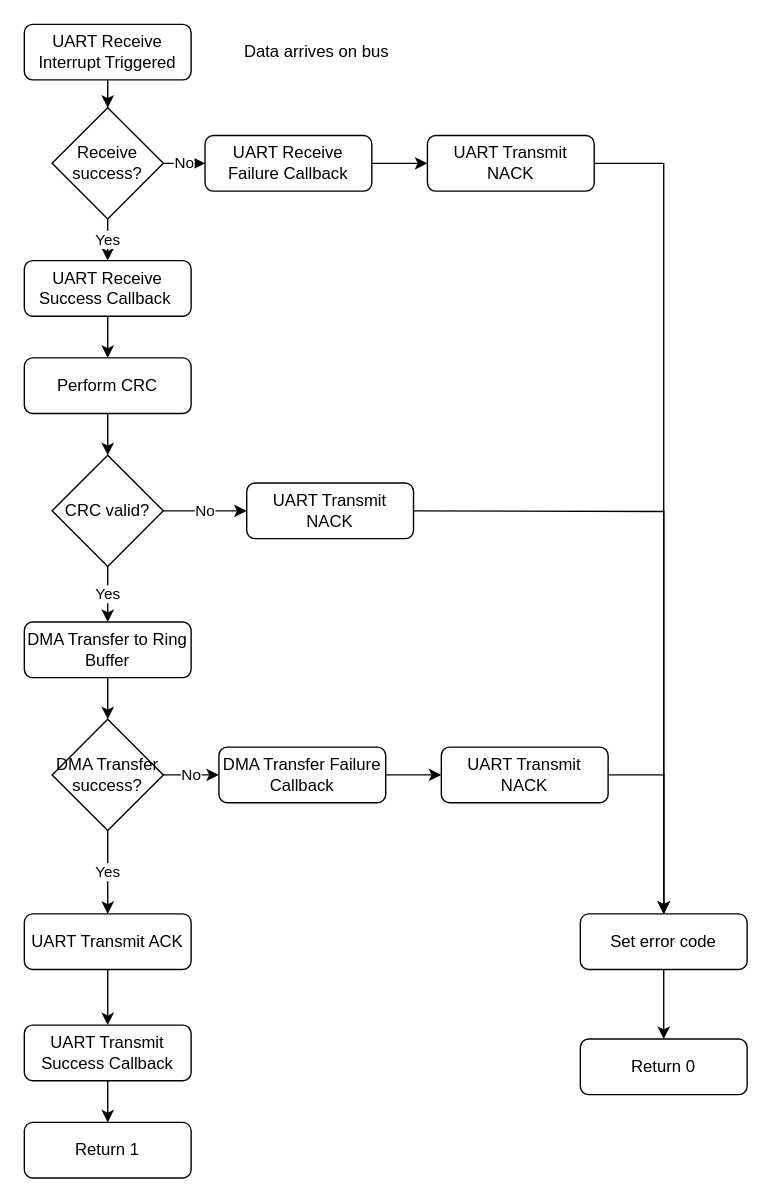
Earlier version of the draw.io diagram page "Serial_Receive" (2 of 6) of Documentation/Flowchart.drawio (nagars/CPDM-IISc). Source tidied: cells renumbered, new cells numbered last; positions are measured from the earlier drawing's top-left corner, leaving out a move shared by most shapes. Both pictures are drawn from the tidied source at 139%, with x=0, y=0 at pixel (24, 24).
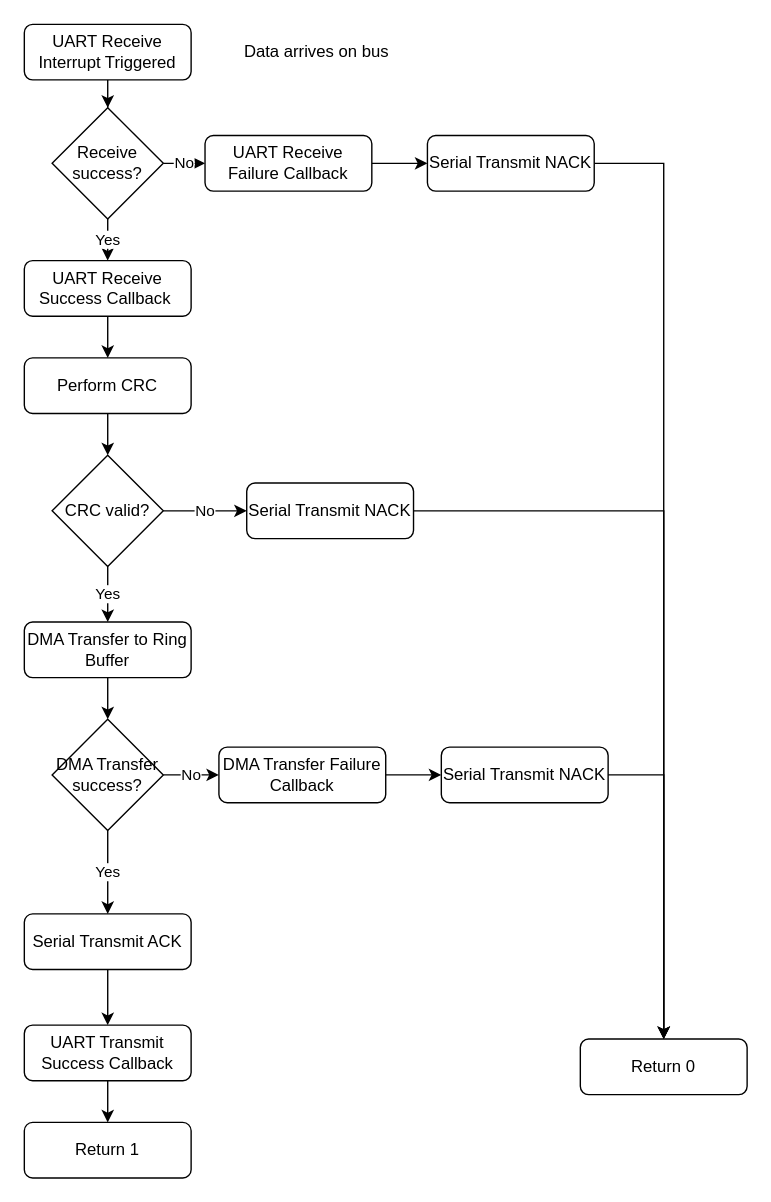
The same diagram, later.

The change refers to these unchanged cells:
```xml
<mxCell id="15" value="Return 0" style="rounded=1;whiteSpace=wrap;html=1;fontSize=12;glass=0;strokeWidth=1;shadow=0;" parent="1" vertex="1">
  <mxGeometry x="400" y="730" width="120" height="40" as="geometry" />
</mxCell>
```

Diff of the diagram source:
```diff
@@
-    <mxCell id="10" style="edgeStyle=orthogonalEdgeStyle;rounded=0;jettySize=auto;html=1;exitX=1;exitY=0.5;exitDx=0;exitDy=0;" parent="1" edge="1" source="36" target="14">
+    <mxCell id="10" style="edgeStyle=orthogonalEdgeStyle;rounded=0;jettySize=auto;html=1;exitX=1;exitY=0.5;exitDx=0;exitDy=0;entryX=0.5;entryY=0;entryDx=0;entryDy=0;" parent="1" edge="1" source="36" target="15">
       <mxGeometry relative="1" as="geometry" />
     </mxCell>
@@
-    <mxCell id="13" style="edgeStyle=orthogonalEdgeStyle;rounded=0;jettySize=auto;html=1;" parent="1" edge="1" source="14" target="15">
-      <mxGeometry relative="1" as="geometry" />
-    </mxCell>
-    <mxCell id="14" value="Set error code" style="rounded=1;whiteSpace=wrap;html=1;fontSize=12;glass=0;strokeWidth=1;shadow=0;" parent="1" vertex="1">
-      <mxGeometry x="400" y="640" width="120" height="40" as="geometry" />
-    </mxCell>
@@
-    <mxCell id="21" style="edgeStyle=orthogonalEdgeStyle;rounded=0;jettySize=auto;html=1;entryX=0.5;entryY=0;entryDx=0;entryDy=0;" parent="1" edge="1" target="14">
+    <mxCell id="21" style="edgeStyle=orthogonalEdgeStyle;rounded=0;jettySize=auto;html=1;entryX=0.5;entryY=0;entryDx=0;entryDy=0;" parent="1" edge="1" target="15">
       <mxGeometry relative="1" as="geometry">
         <mxPoint x="280" y="350" as="sourcePoint" />
+        <Array as="points">
+          <mxPoint x="460" y="350" />
+        </Array>
       </mxGeometry>
     </mxCell>
-    <mxCell id="22" value="UART Transmit NACK" style="rounded=1;whiteSpace=wrap;html=1;fontSize=12;glass=0;strokeWidth=1;shadow=0;" parent="1" vertex="1">
+    <mxCell id="22" value="Serial Transmit NACK" style="rounded=1;whiteSpace=wrap;html=1;fontSize=12;glass=0;strokeWidth=1;shadow=0;" parent="1" vertex="1">
       <mxGeometry x="160" y="330" width="120" height="40" as="geometry" />
     </mxCell>
@@
-    <mxCell id="31" value="UART Transmit ACK" style="rounded=1;whiteSpace=wrap;html=1;fontSize=12;glass=0;strokeWidth=1;shadow=0;" parent="1" vertex="1">
+    <mxCell id="31" value="Serial Transmit ACK" style="rounded=1;whiteSpace=wrap;html=1;fontSize=12;glass=0;strokeWidth=1;shadow=0;" parent="1" vertex="1">
       <mxGeometry y="640" width="120" height="40" as="geometry" />
     </mxCell>
-    <mxCell id="32" value="UART Transmit NACK" style="rounded=1;whiteSpace=wrap;html=1;fontSize=12;glass=0;strokeWidth=1;shadow=0;" parent="1" vertex="1">
+    <mxCell id="32" value="Serial Transmit NACK" style="rounded=1;whiteSpace=wrap;html=1;fontSize=12;glass=0;strokeWidth=1;shadow=0;" parent="1" vertex="1">
       <mxGeometry x="300" y="520" width="120" height="40" as="geometry" />
     </mxCell>
-    <mxCell id="33" style="edgeStyle=orthogonalEdgeStyle;rounded=0;jettySize=auto;html=1;exitX=1;exitY=0.5;exitDx=0;exitDy=0;" parent="1" edge="1" source="32" target="14">
-      <mxGeometry relative="1" as="geometry" />
+    <mxCell id="33" style="edgeStyle=orthogonalEdgeStyle;rounded=0;jettySize=auto;html=1;exitX=1;exitY=0.5;exitDx=0;exitDy=0;entryX=0.5;entryY=0;entryDx=0;entryDy=0;" parent="1" edge="1" source="32" target="15">
+      <mxGeometry relative="1" as="geometry">
+        <Array as="points">
+          <mxPoint x="460" y="540" />
+        </Array>
+      </mxGeometry>
     </mxCell>
@@
-    <mxCell id="36" value="UART Transmit NACK" style="rounded=1;whiteSpace=wrap;html=1;fontSize=12;glass=0;strokeWidth=1;shadow=0;" parent="1" vertex="1">
+    <mxCell id="36" value="Serial Transmit NACK" style="rounded=1;whiteSpace=wrap;html=1;fontSize=12;glass=0;strokeWidth=1;shadow=0;" parent="1" vertex="1">
       <mxGeometry x="290" y="80" width="120" height="40" as="geometry" />
     </mxCell>
```
